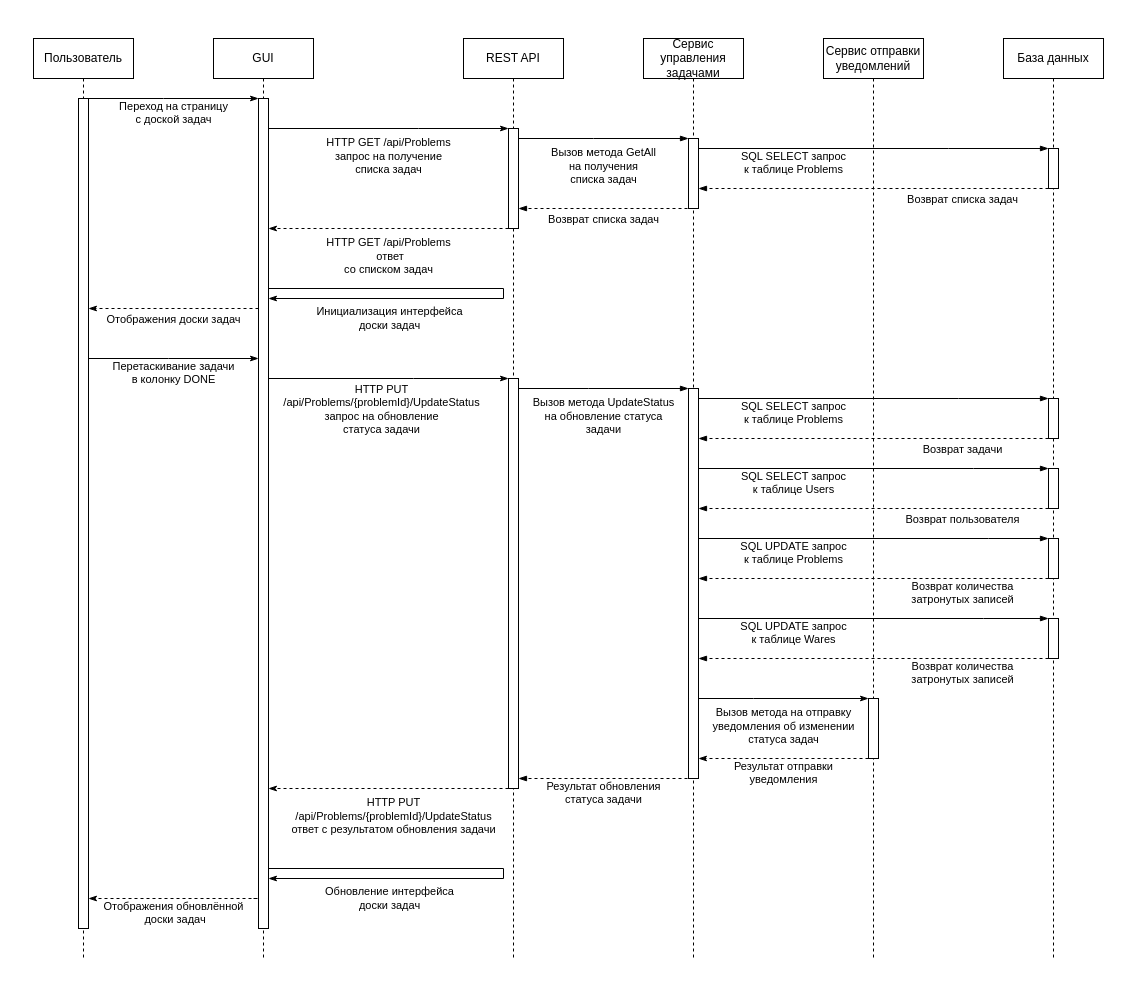
The draw.io diagram Documentation/Diagrams/sequence-diagram.drawio in v-demyanov/WMS, before the edit. Source tidied: cells renumbered, new cells numbered last; positions are measured from the earlier drawing's top-left corner, leaving out a move shared by most shapes. Both pictures are drawn from the tidied source at 100%, with x=0, y=0 at pixel (33, 38).
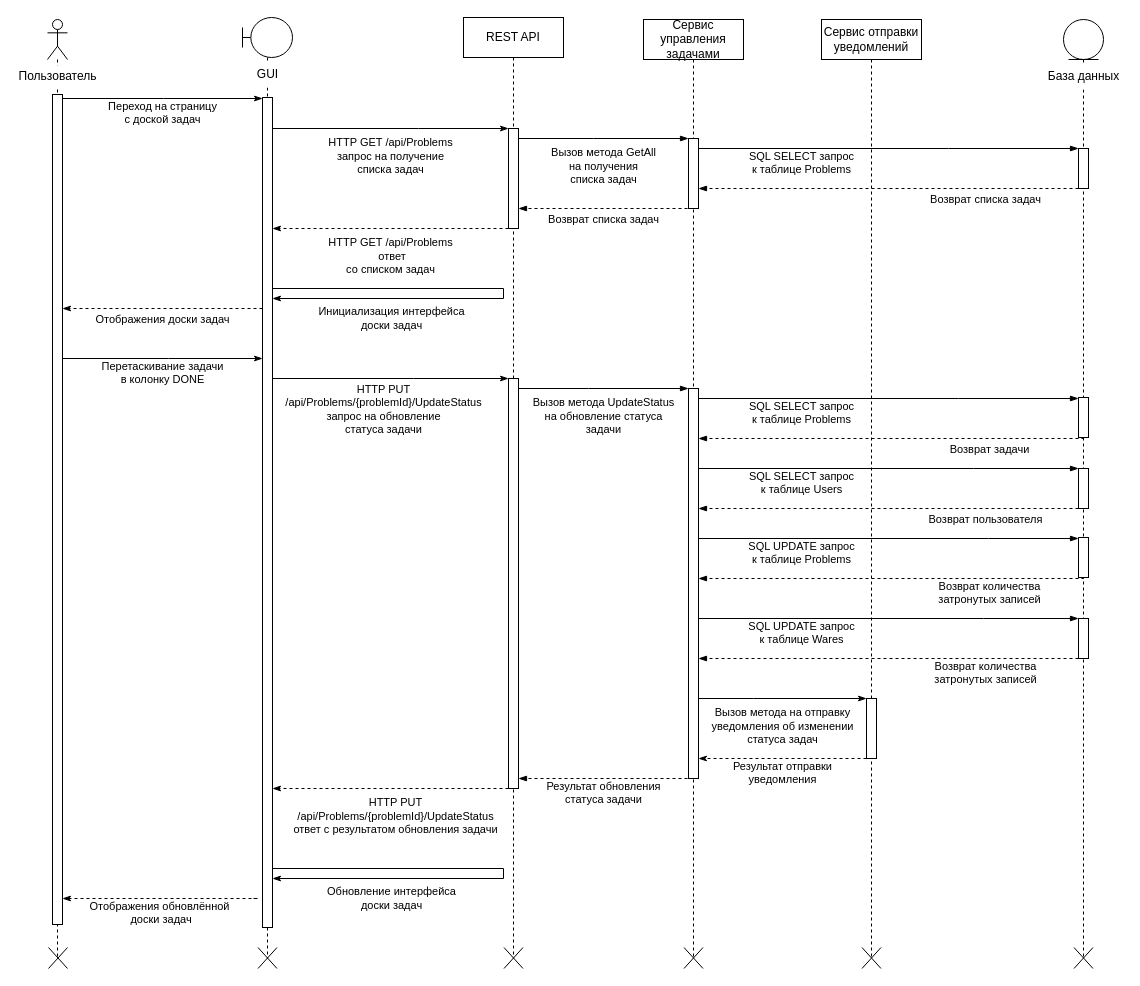
Above is the later version.

The edit, as a diff of the source:
```diff
@@
-    <mxCell id="2" value="Пользователь" style="shape=umlLifeline;perimeter=lifelinePerimeter;whiteSpace=wrap;html=1;newEdgeStyle={&quot;edgeStyle&quot;:&quot;elbowEdgeStyle&quot;,&quot;elbow&quot;:&quot;vertical&quot;,&quot;curved&quot;:0,&quot;rounded&quot;:0};" parent="1" vertex="1">
-      <mxGeometry width="100" height="920" as="geometry" />
-    </mxCell>
-    <mxCell id="3" style="html=1;points=[];perimeter=orthogonalPerimeter;outlineConnect=0;targetShapes=umlLifeline;portConstraint=eastwest;newEdgeStyle={&quot;edgeStyle&quot;:&quot;elbowEdgeStyle&quot;,&quot;elbow&quot;:&quot;vertical&quot;,&quot;curved&quot;:0,&quot;rounded&quot;:0};" parent="2" vertex="1">
-      <mxGeometry x="45" y="60" width="10" height="830" as="geometry" />
-    </mxCell>
-    <mxCell id="4" value="GUI" style="shape=umlLifeline;perimeter=lifelinePerimeter;whiteSpace=wrap;html=1;newEdgeStyle={&quot;edgeStyle&quot;:&quot;elbowEdgeStyle&quot;,&quot;elbow&quot;:&quot;vertical&quot;,&quot;curved&quot;:0,&quot;rounded&quot;:0};" parent="1" vertex="1">
-      <mxGeometry x="180" width="100" height="920" as="geometry" />
-    </mxCell>
-    <mxCell id="5" style="html=1;points=[];perimeter=orthogonalPerimeter;outlineConnect=0;targetShapes=umlLifeline;portConstraint=eastwest;newEdgeStyle={&quot;edgeStyle&quot;:&quot;elbowEdgeStyle&quot;,&quot;elbow&quot;:&quot;vertical&quot;,&quot;curved&quot;:0,&quot;rounded&quot;:0};" parent="4" vertex="1">
-      <mxGeometry x="45" y="60" width="10" height="830" as="geometry" />
-    </mxCell>
-    <mxCell id="6" value="Инициализация интерфейса&lt;br&gt;доски задач" style="html=1;align=center;spacingLeft=2;endArrow=classicThin;rounded=0;edgeStyle=orthogonalEdgeStyle;curved=0;rounded=0;endFill=1;" parent="4" edge="1" source="5" target="5">
-      <mxGeometry x="0.5" y="20" relative="1" as="geometry">
-        <Array as="points">
-          <mxPoint x="290" y="250" />
-          <mxPoint x="290" y="260" />
-        </Array>
-      </mxGeometry>
-    </mxCell>
-    <mxCell id="7" value="Обновление интерфейса&lt;br&gt;доски задач" style="html=1;align=center;spacingLeft=2;endArrow=classicThin;rounded=0;edgeStyle=orthogonalEdgeStyle;curved=0;rounded=0;endFill=1;" parent="4" edge="1" source="5" target="5">
-      <mxGeometry x="0.5" y="20" relative="1" as="geometry">
-        <Array as="points">
-          <mxPoint x="290" y="830" />
-          <mxPoint x="290" y="840" />
-        </Array>
-      </mxGeometry>
-    </mxCell>
+    <mxCell id="46" style="shape=umlLifeline;perimeter=lifelinePerimeter;whiteSpace=wrap;html=1;newEdgeStyle={&quot;edgeStyle&quot;:&quot;elbowEdgeStyle&quot;,&quot;elbow&quot;:&quot;vertical&quot;,&quot;curved&quot;:0,&quot;rounded&quot;:0};participant=umlActor;" parent="1" vertex="1">
+      <mxGeometry x="14" y="-19" width="20" height="939" as="geometry" />
+    </mxCell>
     <mxCell id="8" value="REST API" style="shape=umlLifeline;perimeter=lifelinePerimeter;whiteSpace=wrap;html=1;newEdgeStyle={&quot;edgeStyle&quot;:&quot;elbowEdgeStyle&quot;,&quot;elbow&quot;:&quot;vertical&quot;,&quot;curved&quot;:0,&quot;rounded&quot;:0};" parent="1" vertex="1">
-      <mxGeometry x="430" width="100" height="920" as="geometry" />
+      <mxGeometry x="430" y="-21" width="100" height="941" as="geometry" />
     </mxCell>
     <mxCell id="9" style="html=1;points=[];perimeter=orthogonalPerimeter;outlineConnect=0;targetShapes=umlLifeline;portConstraint=eastwest;newEdgeStyle={&quot;edgeStyle&quot;:&quot;elbowEdgeStyle&quot;,&quot;elbow&quot;:&quot;vertical&quot;,&quot;curved&quot;:0,&quot;rounded&quot;:0};" parent="8" vertex="1">
-      <mxGeometry x="45" y="90" width="10" height="100" as="geometry" />
+      <mxGeometry x="45" y="111" width="10" height="100" as="geometry" />
     </mxCell>
     <mxCell id="10" style="html=1;points=[];perimeter=orthogonalPerimeter;outlineConnect=0;targetShapes=umlLifeline;portConstraint=eastwest;newEdgeStyle={&quot;edgeStyle&quot;:&quot;elbowEdgeStyle&quot;,&quot;elbow&quot;:&quot;vertical&quot;,&quot;curved&quot;:0,&quot;rounded&quot;:0};" parent="8" vertex="1">
-      <mxGeometry x="45" y="340" width="10" height="410" as="geometry" />
+      <mxGeometry x="45" y="361" width="10" height="410" as="geometry" />
     </mxCell>
     <mxCell id="11" value="Сервис управления задачами" style="shape=umlLifeline;perimeter=lifelinePerimeter;whiteSpace=wrap;html=1;newEdgeStyle={&quot;edgeStyle&quot;:&quot;elbowEdgeStyle&quot;,&quot;elbow&quot;:&quot;vertical&quot;,&quot;curved&quot;:0,&quot;rounded&quot;:0};" parent="1" vertex="1">
-      <mxGeometry x="610" width="100" height="920" as="geometry" />
+      <mxGeometry x="610" y="-19" width="100" height="939" as="geometry" />
     </mxCell>
     <mxCell id="12" style="html=1;points=[];perimeter=orthogonalPerimeter;outlineConnect=0;targetShapes=umlLifeline;portConstraint=eastwest;newEdgeStyle={&quot;edgeStyle&quot;:&quot;elbowEdgeStyle&quot;,&quot;elbow&quot;:&quot;vertical&quot;,&quot;curved&quot;:0,&quot;rounded&quot;:0};" parent="11" vertex="1">
-      <mxGeometry x="45" y="100" width="10" height="70" as="geometry" />
+      <mxGeometry x="45" y="119" width="10" height="70" as="geometry" />
     </mxCell>
     <mxCell id="13" style="html=1;points=[];perimeter=orthogonalPerimeter;outlineConnect=0;targetShapes=umlLifeline;portConstraint=eastwest;newEdgeStyle={&quot;edgeStyle&quot;:&quot;elbowEdgeStyle&quot;,&quot;elbow&quot;:&quot;vertical&quot;,&quot;curved&quot;:0,&quot;rounded&quot;:0};" parent="11" vertex="1">
-      <mxGeometry x="45" y="350" width="10" height="390" as="geometry" />
+      <mxGeometry x="45" y="369" width="10" height="390" as="geometry" />
     </mxCell>
-    <mxCell id="14" value="База данных" style="shape=umlLifeline;perimeter=lifelinePerimeter;whiteSpace=wrap;html=1;newEdgeStyle={&quot;edgeStyle&quot;:&quot;elbowEdgeStyle&quot;,&quot;elbow&quot;:&quot;vertical&quot;,&quot;curved&quot;:0,&quot;rounded&quot;:0};" parent="1" vertex="1">
-      <mxGeometry x="970" width="100" height="920" as="geometry" />
-    </mxCell>
-    <mxCell id="15" style="html=1;points=[];perimeter=orthogonalPerimeter;outlineConnect=0;targetShapes=umlLifeline;portConstraint=eastwest;newEdgeStyle={&quot;edgeStyle&quot;:&quot;elbowEdgeStyle&quot;,&quot;elbow&quot;:&quot;vertical&quot;,&quot;curved&quot;:0,&quot;rounded&quot;:0};" parent="14" vertex="1">
-      <mxGeometry x="45" y="110" width="10" height="40" as="geometry" />
-    </mxCell>
-    <mxCell id="16" style="html=1;points=[];perimeter=orthogonalPerimeter;outlineConnect=0;targetShapes=umlLifeline;portConstraint=eastwest;newEdgeStyle={&quot;edgeStyle&quot;:&quot;elbowEdgeStyle&quot;,&quot;elbow&quot;:&quot;vertical&quot;,&quot;curved&quot;:0,&quot;rounded&quot;:0};" parent="14" vertex="1">
-      <mxGeometry x="45" y="360" width="10" height="40" as="geometry" />
-    </mxCell>
-    <mxCell id="17" style="html=1;points=[];perimeter=orthogonalPerimeter;outlineConnect=0;targetShapes=umlLifeline;portConstraint=eastwest;newEdgeStyle={&quot;edgeStyle&quot;:&quot;elbowEdgeStyle&quot;,&quot;elbow&quot;:&quot;vertical&quot;,&quot;curved&quot;:0,&quot;rounded&quot;:0};" parent="14" vertex="1">
-      <mxGeometry x="45" y="430" width="10" height="40" as="geometry" />
-    </mxCell>
-    <mxCell id="18" style="html=1;points=[];perimeter=orthogonalPerimeter;outlineConnect=0;targetShapes=umlLifeline;portConstraint=eastwest;newEdgeStyle={&quot;edgeStyle&quot;:&quot;elbowEdgeStyle&quot;,&quot;elbow&quot;:&quot;vertical&quot;,&quot;curved&quot;:0,&quot;rounded&quot;:0};" parent="14" vertex="1">
-      <mxGeometry x="45" y="500" width="10" height="40" as="geometry" />
-    </mxCell>
-    <mxCell id="19" style="html=1;points=[];perimeter=orthogonalPerimeter;outlineConnect=0;targetShapes=umlLifeline;portConstraint=eastwest;newEdgeStyle={&quot;edgeStyle&quot;:&quot;elbowEdgeStyle&quot;,&quot;elbow&quot;:&quot;vertical&quot;,&quot;curved&quot;:0,&quot;rounded&quot;:0};" parent="14" vertex="1">
-      <mxGeometry x="45" y="580" width="10" height="40" as="geometry" />
-    </mxCell>
@@
     <mxCell id="22" value="Сервис отправки уведомлений" style="shape=umlLifeline;perimeter=lifelinePerimeter;whiteSpace=wrap;html=1;newEdgeStyle={&quot;edgeStyle&quot;:&quot;elbowEdgeStyle&quot;,&quot;elbow&quot;:&quot;vertical&quot;,&quot;curved&quot;:0,&quot;rounded&quot;:0};" parent="1" vertex="1">
-      <mxGeometry x="790" width="100" height="920" as="geometry" />
+      <mxGeometry x="788" y="-19" width="100" height="939" as="geometry" />
     </mxCell>
     <mxCell id="23" style="html=1;points=[];perimeter=orthogonalPerimeter;outlineConnect=0;targetShapes=umlLifeline;portConstraint=eastwest;newEdgeStyle={&quot;edgeStyle&quot;:&quot;elbowEdgeStyle&quot;,&quot;elbow&quot;:&quot;vertical&quot;,&quot;curved&quot;:0,&quot;rounded&quot;:0};" parent="22" vertex="1">
-      <mxGeometry x="45" y="660" width="10" height="60" as="geometry" />
+      <mxGeometry x="45" y="679" width="10" height="60" as="geometry" />
     </mxCell>
@@
+    <mxCell id="3" style="html=1;points=[];perimeter=orthogonalPerimeter;outlineConnect=0;targetShapes=umlLifeline;portConstraint=eastwest;newEdgeStyle={&quot;edgeStyle&quot;:&quot;elbowEdgeStyle&quot;,&quot;elbow&quot;:&quot;vertical&quot;,&quot;curved&quot;:0,&quot;rounded&quot;:0};" parent="1" vertex="1">
+      <mxGeometry x="19" y="56" width="10" height="830" as="geometry" />
+    </mxCell>
+    <mxCell id="47" style="shape=umlDestroy;whiteSpace=wrap;html=1;strokeWidth=1;targetShapes=umlLifeline;" parent="1" vertex="1">
+      <mxGeometry x="1040.5" y="909" width="19" height="21" as="geometry" />
+    </mxCell>
+    <mxCell id="48" style="shape=umlDestroy;whiteSpace=wrap;html=1;strokeWidth=1;targetShapes=umlLifeline;" parent="1" vertex="1">
+      <mxGeometry x="828.5" y="909" width="19" height="21" as="geometry" />
+    </mxCell>
+    <mxCell id="49" style="shape=umlDestroy;whiteSpace=wrap;html=1;strokeWidth=1;targetShapes=umlLifeline;" parent="1" vertex="1">
+      <mxGeometry x="650.5" y="909" width="19" height="21" as="geometry" />
+    </mxCell>
+    <mxCell id="50" style="shape=umlDestroy;whiteSpace=wrap;html=1;strokeWidth=1;targetShapes=umlLifeline;" parent="1" vertex="1">
+      <mxGeometry x="470.5" y="909" width="19" height="21" as="geometry" />
+    </mxCell>
+    <mxCell id="51" style="shape=umlDestroy;whiteSpace=wrap;html=1;strokeWidth=1;targetShapes=umlLifeline;" parent="1" vertex="1">
+      <mxGeometry x="224.5" y="909" width="19" height="21" as="geometry" />
+    </mxCell>
+    <mxCell id="52" style="shape=umlDestroy;whiteSpace=wrap;html=1;strokeWidth=1;targetShapes=umlLifeline;" parent="1" vertex="1">
+      <mxGeometry x="15" y="909" width="19" height="21" as="geometry" />
+    </mxCell>
+    <mxCell id="53" style="shape=umlLifeline;perimeter=lifelinePerimeter;whiteSpace=wrap;html=1;newEdgeStyle={&quot;edgeStyle&quot;:&quot;elbowEdgeStyle&quot;,&quot;elbow&quot;:&quot;vertical&quot;,&quot;curved&quot;:0,&quot;rounded&quot;:0};participant=umlBoundary;" parent="1" vertex="1">
+      <mxGeometry x="209" y="-21" width="50" height="941" as="geometry" />
+    </mxCell>
+    <mxCell id="2" value="&lt;span style=&quot;font-weight: normal;&quot;&gt;Пользователь&lt;/span&gt;" style="text;align=center;fontStyle=1;verticalAlign=middle;spacingLeft=3;spacingRight=3;html=1;fillColor=default;" parent="1" vertex="1">
+      <mxGeometry x="-16" y="27" width="80" height="22" as="geometry" />
+    </mxCell>
+    <mxCell id="5" style="html=1;points=[];perimeter=orthogonalPerimeter;outlineConnect=0;targetShapes=umlLifeline;portConstraint=eastwest;newEdgeStyle={&quot;edgeStyle&quot;:&quot;elbowEdgeStyle&quot;,&quot;elbow&quot;:&quot;vertical&quot;,&quot;curved&quot;:0,&quot;rounded&quot;:0};" parent="1" vertex="1">
+      <mxGeometry x="229" y="59" width="10" height="830" as="geometry" />
+    </mxCell>
+    <mxCell id="7" value="Обновление интерфейса&lt;br&gt;доски задач" style="html=1;align=center;spacingLeft=2;endArrow=classicThin;rounded=0;edgeStyle=orthogonalEdgeStyle;curved=0;rounded=0;endFill=1;" parent="1" edge="1" source="5" target="5">
+      <mxGeometry x="0.5" y="20" relative="1" as="geometry">
+        <Array as="points">
+          <mxPoint x="470" y="830" />
+          <mxPoint x="470" y="840" />
+        </Array>
+      </mxGeometry>
+    </mxCell>
+    <mxCell id="6" value="Инициализация интерфейса&lt;br&gt;доски задач" style="html=1;align=center;spacingLeft=2;endArrow=classicThin;rounded=0;edgeStyle=orthogonalEdgeStyle;curved=0;rounded=0;endFill=1;" parent="1" edge="1" source="5" target="5">
+      <mxGeometry x="0.5" y="20" relative="1" as="geometry">
+        <Array as="points">
+          <mxPoint x="470" y="250" />
+          <mxPoint x="470" y="260" />
+        </Array>
+      </mxGeometry>
+    </mxCell>
+    <mxCell id="4" value="&lt;span style=&quot;font-weight: 400;&quot;&gt;GUI&lt;/span&gt;" style="text;align=center;fontStyle=1;verticalAlign=middle;spacingLeft=3;spacingRight=3;html=1;fillColor=default;" parent="1" vertex="1">
+      <mxGeometry x="194" y="23" width="80" height="26" as="geometry" />
+    </mxCell>
+    <mxCell id="54" style="shape=umlLifeline;perimeter=lifelinePerimeter;whiteSpace=wrap;html=1;newEdgeStyle={&quot;edgeStyle&quot;:&quot;elbowEdgeStyle&quot;,&quot;elbow&quot;:&quot;vertical&quot;,&quot;curved&quot;:0,&quot;rounded&quot;:0};participant=umlEntity;" parent="1" vertex="1">
+      <mxGeometry x="1030" y="-19" width="40" height="939" as="geometry" />
+    </mxCell>
+    <mxCell id="15" style="html=1;points=[];perimeter=orthogonalPerimeter;outlineConnect=0;targetShapes=umlLifeline;portConstraint=eastwest;newEdgeStyle={&quot;edgeStyle&quot;:&quot;elbowEdgeStyle&quot;,&quot;elbow&quot;:&quot;vertical&quot;,&quot;curved&quot;:0,&quot;rounded&quot;:0};" parent="1" vertex="1">
+      <mxGeometry x="1045" y="110" width="10" height="40" as="geometry" />
+    </mxCell>
+    <mxCell id="16" style="html=1;points=[];perimeter=orthogonalPerimeter;outlineConnect=0;targetShapes=umlLifeline;portConstraint=eastwest;newEdgeStyle={&quot;edgeStyle&quot;:&quot;elbowEdgeStyle&quot;,&quot;elbow&quot;:&quot;vertical&quot;,&quot;curved&quot;:0,&quot;rounded&quot;:0};" parent="1" vertex="1">
+      <mxGeometry x="1045" y="359" width="10" height="40" as="geometry" />
+    </mxCell>
+    <mxCell id="17" style="html=1;points=[];perimeter=orthogonalPerimeter;outlineConnect=0;targetShapes=umlLifeline;portConstraint=eastwest;newEdgeStyle={&quot;edgeStyle&quot;:&quot;elbowEdgeStyle&quot;,&quot;elbow&quot;:&quot;vertical&quot;,&quot;curved&quot;:0,&quot;rounded&quot;:0};" parent="1" vertex="1">
+      <mxGeometry x="1045" y="430" width="10" height="40" as="geometry" />
+    </mxCell>
+    <mxCell id="18" style="html=1;points=[];perimeter=orthogonalPerimeter;outlineConnect=0;targetShapes=umlLifeline;portConstraint=eastwest;newEdgeStyle={&quot;edgeStyle&quot;:&quot;elbowEdgeStyle&quot;,&quot;elbow&quot;:&quot;vertical&quot;,&quot;curved&quot;:0,&quot;rounded&quot;:0};" parent="1" vertex="1">
+      <mxGeometry x="1045" y="499" width="10" height="40" as="geometry" />
+    </mxCell>
+    <mxCell id="19" style="html=1;points=[];perimeter=orthogonalPerimeter;outlineConnect=0;targetShapes=umlLifeline;portConstraint=eastwest;newEdgeStyle={&quot;edgeStyle&quot;:&quot;elbowEdgeStyle&quot;,&quot;elbow&quot;:&quot;vertical&quot;,&quot;curved&quot;:0,&quot;rounded&quot;:0};" parent="1" vertex="1">
+      <mxGeometry x="1045" y="580" width="10" height="40" as="geometry" />
+    </mxCell>
+    <mxCell id="14" value="&lt;span style=&quot;font-weight: 400;&quot;&gt;База данных&lt;/span&gt;" style="text;align=center;fontStyle=1;verticalAlign=middle;spacingLeft=3;spacingRight=3;html=1;fillColor=default;" parent="1" vertex="1">
+      <mxGeometry x="1010" y="25" width="80" height="26" as="geometry" />
+    </mxCell>
```
